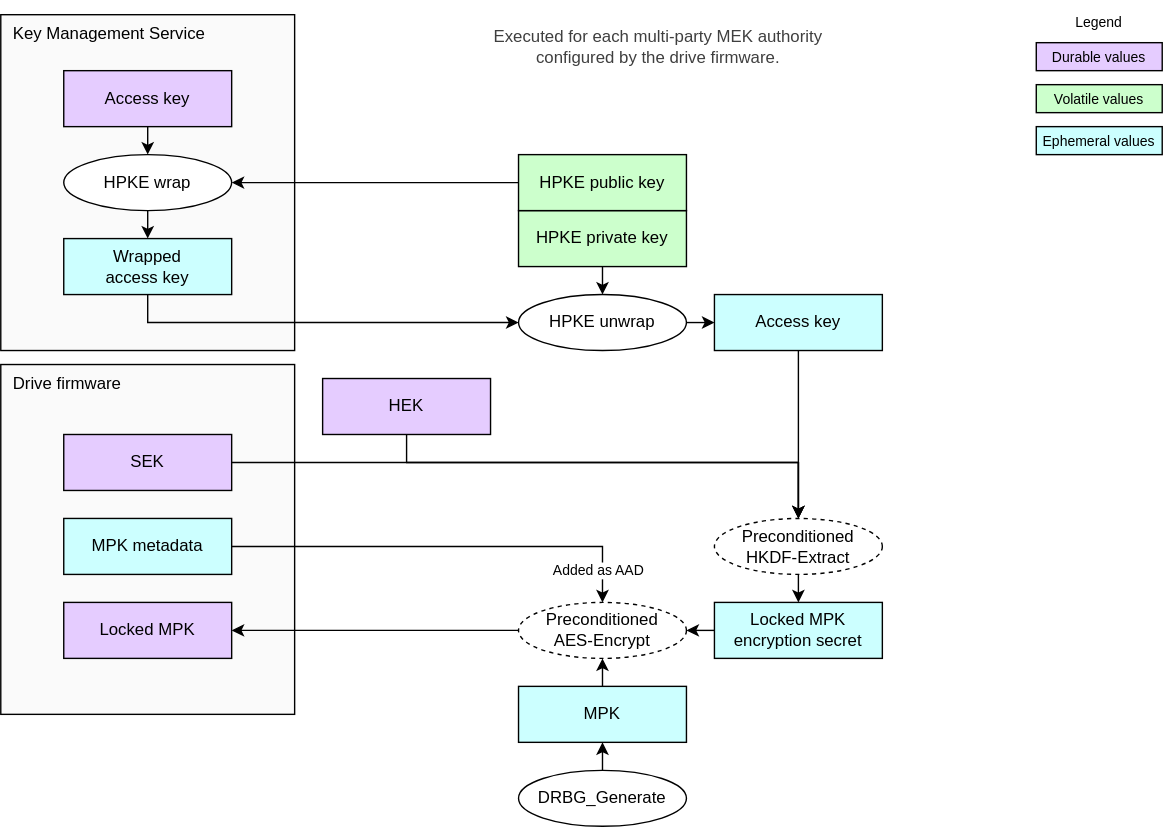
The draw.io diagram doc/ocp_lock/diagrams/mpk_generate.drawio.svg in chipsalliance/Caliptra, before a commit. Source tidied: cells renumbered, new cells last; positions are measured from the earlier drawing's top-left corner, leaving out a move shared by most shapes.
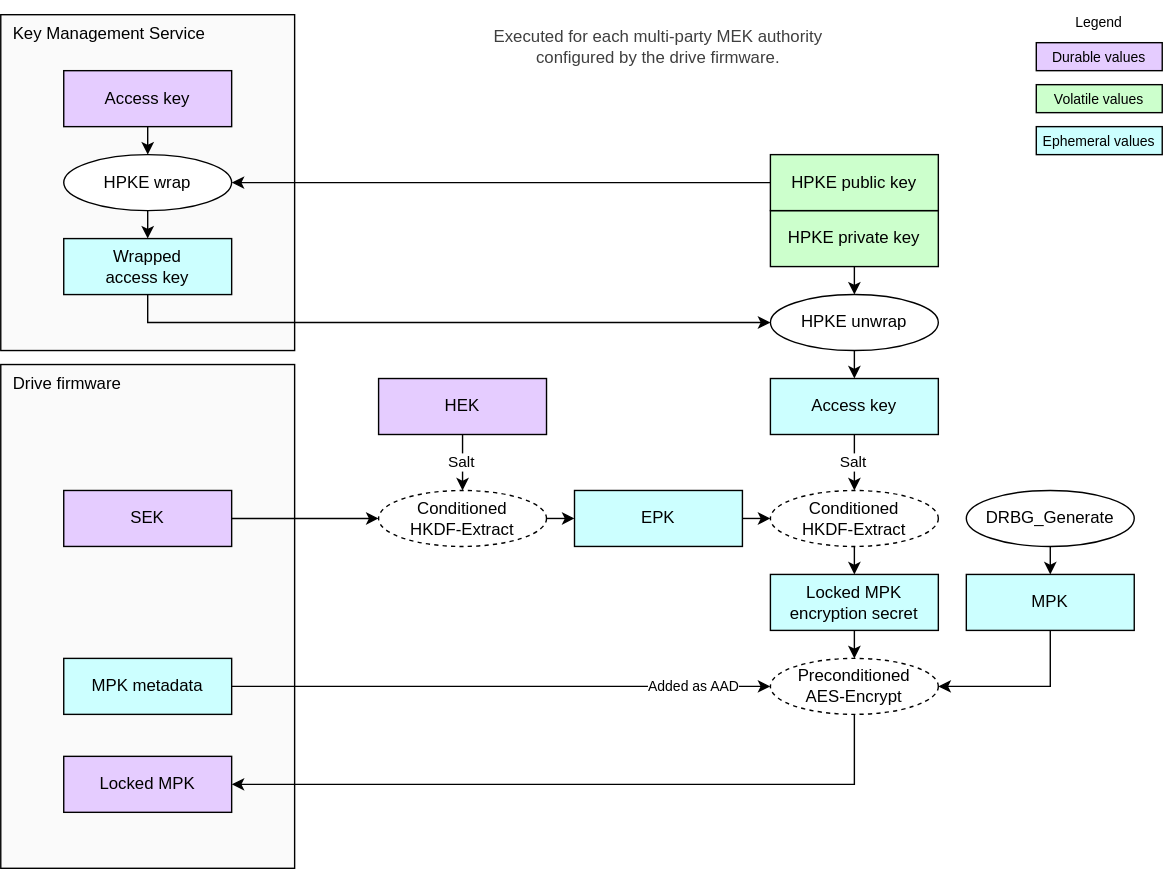
The same file after the commit.

Commit message:
Modify the HKDF key mixing operation to use the salt.

What changed in the source:
```diff
@@ -3,67 +3,54 @@
     <mxCell id="0" />
     <mxCell id="1" parent="0" />
     <mxCell id="2" value="Drive firmware" style="rounded=0;whiteSpace=wrap;html=1;fillColor=#FAFAFA;strokeColor=#000000;align=left;verticalAlign=top;spacingLeft=7;" parent="1" vertex="1">
-      <mxGeometry y="260" width="210" height="250" as="geometry" />
+      <mxGeometry y="260" width="210" height="360" as="geometry" />
     </mxCell>
     <mxCell id="3" value="Key Management Service" style="rounded=0;whiteSpace=wrap;html=1;fillColor=#FAFAFA;strokeColor=#000000;align=left;verticalAlign=top;spacingLeft=7;" parent="1" vertex="1">
       <mxGeometry y="10" width="210" height="240" as="geometry" />
     </mxCell>
     <mxCell id="4" value="&lt;div&gt;&lt;font color=&quot;#000000&quot;&gt;Locked MPK&lt;/font&gt;&lt;/div&gt;" style="rounded=0;whiteSpace=wrap;html=1;align=center;verticalAlign=middle;shadow=0;glass=0;spacingLeft=0;spacingBottom=0;spacingTop=0;fillColor=#E5CCFF;" parent="1" vertex="1">
-      <mxGeometry x="45" y="430" width="120" height="40" as="geometry" />
+      <mxGeometry x="45" y="540" width="120" height="40" as="geometry" />
     </mxCell>
+    <mxCell id="41" style="edgeStyle=none;html=1;entryX=0.5;entryY=0;entryDx=0;entryDy=0;exitX=0.5;exitY=1;exitDx=0;exitDy=0;" parent="1" edge="1" source="5" target="45">
+      <mxGeometry relative="1" as="geometry" />
+    </mxCell>
+    <mxCell id="42" value="Salt" style="edgeLabel;html=1;align=center;verticalAlign=middle;" parent="41" vertex="1">
+      <mxGeometry x="-0.05" y="-2" relative="1" as="geometry" />
+    </mxCell>
     <mxCell id="5" value="&lt;div&gt;&lt;font color=&quot;#000000&quot;&gt;HEK&lt;/font&gt;&lt;/div&gt;" style="rounded=0;whiteSpace=wrap;html=1;align=center;verticalAlign=middle;shadow=0;glass=0;spacingLeft=0;spacingBottom=0;spacingTop=0;fillColor=#E5CCFF;" parent="1" vertex="1">
-      <mxGeometry x="230" y="270" width="120" height="40" as="geometry" />
+      <mxGeometry x="270" y="270" width="120" height="40" as="geometry" />
     </mxCell>
-    <mxCell id="6" style="edgeStyle=none;html=1;exitX=0;exitY=0.5;exitDx=0;exitDy=0;entryX=1;entryY=0.5;entryDx=0;entryDy=0;" parent="1" edge="1" source="7" target="10">
+    <mxCell id="6" style="edgeStyle=none;html=1;exitX=0.5;exitY=1;exitDx=0;exitDy=0;entryX=0.5;entryY=0;entryDx=0;entryDy=0;" parent="1" edge="1" source="7" target="10">
       <mxGeometry relative="1" as="geometry" />
     </mxCell>
     <mxCell id="7" value="&lt;div&gt;&lt;font color=&quot;#000000&quot;&gt;Locked MPK encryption secret&lt;/font&gt;&lt;/div&gt;" style="rounded=0;whiteSpace=wrap;html=1;align=center;verticalAlign=middle;shadow=0;glass=0;spacingLeft=0;spacingBottom=0;spacingTop=0;fillColor=#CCFFFF;" parent="1" vertex="1">
-      <mxGeometry x="510" y="430" width="120" height="40" as="geometry" />
+      <mxGeometry x="550" y="410" width="120" height="40" as="geometry" />
     </mxCell>
     <mxCell id="8" value="&lt;div&gt;&lt;font color=&quot;#000000&quot;&gt;Access key&lt;/font&gt;&lt;/div&gt;" style="rounded=0;whiteSpace=wrap;html=1;align=center;verticalAlign=middle;shadow=0;glass=0;spacingLeft=0;spacingBottom=0;spacingTop=0;fillColor=#CCFFFF;" parent="1" vertex="1">
-      <mxGeometry x="510" y="210" width="120" height="40" as="geometry" />
+      <mxGeometry x="550" y="270" width="120" height="40" as="geometry" />
     </mxCell>
-    <mxCell id="9" value="Preconditioned&lt;div&gt;HKDF-Extract&lt;/div&gt;" style="ellipse;whiteSpace=wrap;html=1;fillColor=#FFFFFF;dashed=1;" parent="1" vertex="1">
-      <mxGeometry x="510" y="370" width="120" height="40" as="geometry" />
-    </mxCell>
     <mxCell id="10" value="Preconditioned&lt;div&gt;AES-Encrypt&lt;/div&gt;" style="ellipse;whiteSpace=wrap;html=1;fillColor=#FFFFFF;dashed=1;" parent="1" vertex="1">
-      <mxGeometry x="370" y="430" width="120" height="40" as="geometry" />
+      <mxGeometry x="550" y="470" width="120" height="40" as="geometry" />
     </mxCell>
-    <mxCell id="11" style="endArrow=none;html=1;exitX=1;exitY=0.5;exitDx=0;exitDy=0;entryX=0;entryY=0.5;entryDx=0;entryDy=0;startArrow=classic;startFill=1;endFill=0;endSize=6;startSize=6;" parent="1" edge="1" source="4" target="10">
+    <mxCell id="11" style="endArrow=none;html=1;exitX=1;exitY=0.5;exitDx=0;exitDy=0;entryX=0.5;entryY=1;entryDx=0;entryDy=0;startArrow=classic;startFill=1;endFill=0;endSize=6;startSize=6;rounded=0;edgeStyle=orthogonalEdgeStyle;" parent="1" edge="1" source="4" target="10">
       <mxGeometry relative="1" as="geometry" />
     </mxCell>
-    <mxCell id="12" style="endArrow=classic;html=1;exitX=0.5;exitY=1;exitDx=0;exitDy=0;endSize=6;startSize=6;edgeStyle=orthogonalEdgeStyle;rounded=0;curved=0;entryX=0.5;entryY=0;entryDx=0;entryDy=0;" parent="1" edge="1" source="8" target="9">
-      <mxGeometry relative="1" as="geometry">
-        <Array as="points">
-          <mxPoint x="570" y="350" />
-          <mxPoint x="570" y="350" />
-        </Array>
-      </mxGeometry>
-    </mxCell>
-    <mxCell id="13" style="endArrow=classic;html=1;exitX=0.5;exitY=1;exitDx=0;exitDy=0;entryX=0.5;entryY=0;entryDx=0;entryDy=0;endSize=6;startSize=6;" parent="1" edge="1" source="9" target="7">
+    <mxCell id="13" style="endArrow=classic;html=1;exitX=0.5;exitY=1;exitDx=0;exitDy=0;entryX=0.5;entryY=0;entryDx=0;entryDy=0;endSize=6;startSize=6;" parent="1" edge="1" source="48" target="7">
       <mxGeometry relative="1" as="geometry" />
     </mxCell>
     <mxCell id="14" value="&lt;div&gt;&lt;font color=&quot;#000000&quot;&gt;MPK&lt;/font&gt;&lt;/div&gt;" style="rounded=0;whiteSpace=wrap;html=1;align=center;verticalAlign=middle;shadow=0;glass=0;spacingLeft=0;spacingBottom=0;spacingTop=0;fillColor=#CCFFFF;" parent="1" vertex="1">
-      <mxGeometry x="370" y="490" width="120" height="40" as="geometry" />
+      <mxGeometry x="690" y="410" width="120" height="40" as="geometry" />
     </mxCell>
-    <mxCell id="15" style="endArrow=none;html=1;exitX=0.5;exitY=1;exitDx=0;exitDy=0;entryX=0.5;entryY=0;entryDx=0;entryDy=0;startArrow=classic;startFill=1;endFill=0;endSize=6;startSize=6;" parent="1" edge="1" source="10" target="14">
+    <mxCell id="15" style="endArrow=none;html=1;exitX=1;exitY=0.5;exitDx=0;exitDy=0;entryX=0.5;entryY=1;entryDx=0;entryDy=0;startArrow=classic;startFill=1;endFill=0;endSize=6;startSize=6;rounded=0;edgeStyle=orthogonalEdgeStyle;" parent="1" edge="1" source="10" target="14">
       <mxGeometry relative="1" as="geometry" />
     </mxCell>
-    <mxCell id="16" style="edgeStyle=segmentEdgeStyle;endArrow=classic;html=1;curved=0;rounded=0;endSize=6;startSize=6;exitX=0.5;exitY=1;exitDx=0;exitDy=0;entryX=0.5;entryY=0;entryDx=0;entryDy=0;" parent="1" edge="1" source="5" target="9">
-      <mxGeometry relative="1" as="geometry">
-        <Array as="points">
-          <mxPoint x="290" y="330" />
-          <mxPoint x="570" y="330" />
-        </Array>
-      </mxGeometry>
-    </mxCell>
     <mxCell id="17" value="&lt;div&gt;&lt;font color=&quot;#000000&quot;&gt;HPKE private key&lt;/font&gt;&lt;/div&gt;" style="rounded=0;whiteSpace=wrap;html=1;align=center;verticalAlign=middle;shadow=0;glass=0;spacingLeft=0;spacingBottom=0;spacingTop=0;fillColor=#CCFFCC;" parent="1" vertex="1">
-      <mxGeometry x="370" y="150" width="120" height="40" as="geometry" />
+      <mxGeometry x="550" y="150" width="120" height="40" as="geometry" />
     </mxCell>
     <mxCell id="18" value="HPKE unwrap" style="ellipse;whiteSpace=wrap;html=1;fillColor=#FFFFFF;" parent="1" vertex="1">
-      <mxGeometry x="370" y="210" width="120" height="40" as="geometry" />
+      <mxGeometry x="550" y="210" width="120" height="40" as="geometry" />
     </mxCell>
-    <mxCell id="19" style="endArrow=classic;html=1;exitX=1;exitY=0.5;exitDx=0;exitDy=0;endSize=6;startSize=6;" parent="1" edge="1" source="18" target="8">
+    <mxCell id="19" style="endArrow=classic;html=1;exitX=0.5;exitY=1;exitDx=0;exitDy=0;endSize=6;startSize=6;" parent="1" edge="1" source="18" target="8">
       <mxGeometry relative="1" as="geometry" />
     </mxCell>
     <mxCell id="20" value="&lt;div&gt;&lt;font color=&quot;#000000&quot;&gt;Wrapped&lt;/font&gt;&lt;/div&gt;&lt;div&gt;&lt;font color=&quot;#000000&quot;&gt;access key&lt;/font&gt;&lt;/div&gt;" style="rounded=0;whiteSpace=wrap;html=1;align=center;verticalAlign=middle;shadow=0;glass=0;spacingLeft=0;spacingBottom=0;spacingTop=0;fillColor=#CCFFFF;" parent="1" vertex="1">
@@ -73,7 +60,7 @@
       <mxGeometry x="45" y="110" width="120" height="40" as="geometry" />
     </mxCell>
     <mxCell id="22" value="&lt;div&gt;&lt;font color=&quot;#000000&quot;&gt;HPKE public key&lt;/font&gt;&lt;/div&gt;" style="rounded=0;whiteSpace=wrap;html=1;align=center;verticalAlign=middle;shadow=0;glass=0;spacingLeft=0;spacingBottom=0;spacingTop=0;fillColor=#CCFFCC;" parent="1" vertex="1">
-      <mxGeometry x="370" y="110" width="120" height="40" as="geometry" />
+      <mxGeometry x="550" y="110" width="120" height="40" as="geometry" />
     </mxCell>
     <mxCell id="23" style="endArrow=classic;html=1;rounded=0;endSize=6;startSize=6;exitX=0;exitY=0.5;exitDx=0;exitDy=0;entryX=1;entryY=0.5;entryDx=0;entryDy=0;" parent="1" edge="1" source="22" target="21">
       <mxGeometry relative="1" as="geometry" />
@@ -100,11 +87,11 @@
     <mxCell id="29" value="Legend" style="text;strokeColor=none;align=center;fillColor=none;html=1;verticalAlign=middle;whiteSpace=wrap;rounded=0;fontSize=10;" parent="1" vertex="1">
       <mxGeometry x="755" width="60" height="30" as="geometry" />
     </mxCell>
-    <mxCell id="30" style="edgeStyle=none;html=1;entryX=0.5;entryY=1;entryDx=0;entryDy=0;exitX=0.5;exitY=0;exitDx=0;exitDy=0;" parent="1" edge="1" source="31" target="14">
+    <mxCell id="30" style="edgeStyle=none;html=1;entryX=0.5;entryY=0;entryDx=0;entryDy=0;exitX=0.5;exitY=1;exitDx=0;exitDy=0;" parent="1" edge="1" source="31" target="14">
       <mxGeometry relative="1" as="geometry" />
     </mxCell>
     <mxCell id="31" value="DRBG_Generate" style="ellipse;whiteSpace=wrap;html=1;fillColor=#FFFFFF;" parent="1" vertex="1">
-      <mxGeometry x="370" y="550" width="120" height="40" as="geometry" />
+      <mxGeometry x="690" y="350" width="120" height="40" as="geometry" />
     </mxCell>
     <mxCell id="32" value="&lt;div&gt;&lt;font color=&quot;#000000&quot;&gt;Volatile values&lt;/font&gt;&lt;/div&gt;" style="rounded=0;whiteSpace=wrap;html=1;align=center;verticalAlign=middle;shadow=0;glass=0;spacingLeft=0;spacingBottom=0;spacingTop=0;fillColor=#CCFFCC;fontSize=10;" parent="1" vertex="1">
       <mxGeometry x="740" y="60" width="90" height="20" as="geometry" />
@@ -118,26 +105,43 @@
     <mxCell id="35" value="&lt;div style=&quot;color: rgb(63, 63, 63);&quot;&gt;Executed&lt;span style=&quot;background-color: transparent;&quot;&gt;&amp;nbsp;for&amp;nbsp;&lt;/span&gt;&lt;span style=&quot;background-color: transparent;&quot;&gt;each multi-party MEK authority configured by the drive firmware.&lt;/span&gt;&lt;/div&gt;" style="text;strokeColor=none;align=center;fillColor=none;html=1;verticalAlign=middle;whiteSpace=wrap;rounded=0;" parent="1" vertex="1">
       <mxGeometry x="340" y="10" width="260" height="45" as="geometry" />
     </mxCell>
+    <mxCell id="43" style="edgeStyle=none;html=1;exitX=1;exitY=0.5;exitDx=0;exitDy=0;entryX=0;entryY=0.5;entryDx=0;entryDy=0;" parent="1" edge="1" source="36" target="45">
+      <mxGeometry relative="1" as="geometry" />
+    </mxCell>
     <mxCell id="36" value="&lt;div&gt;&lt;font color=&quot;#000000&quot;&gt;SEK&lt;/font&gt;&lt;/div&gt;" style="rounded=0;whiteSpace=wrap;html=1;align=center;verticalAlign=middle;shadow=0;glass=0;spacingLeft=0;spacingBottom=0;spacingTop=0;fillColor=#E5CCFF;" parent="1" vertex="1">
-      <mxGeometry x="45" y="310" width="120" height="40" as="geometry" />
+      <mxGeometry x="45" y="350" width="120" height="40" as="geometry" />
     </mxCell>
-    <mxCell id="37" style="edgeStyle=orthogonalEdgeStyle;endArrow=classic;html=1;rounded=0;endSize=6;startSize=6;exitX=1;exitY=0.5;exitDx=0;exitDy=0;entryX=0.5;entryY=0;entryDx=0;entryDy=0;" parent="1" edge="1" source="36" target="9">
-      <mxGeometry relative="1" as="geometry">
-        <Array as="points">
-          <mxPoint x="570" y="330" />
-        </Array>
-      </mxGeometry>
-    </mxCell>
-    <mxCell id="38" style="edgeStyle=orthogonalEdgeStyle;html=1;exitX=1;exitY=0.5;exitDx=0;exitDy=0;entryX=0.5;entryY=0;entryDx=0;entryDy=0;rounded=0;" parent="1" edge="1" source="40" target="10">
+    <mxCell id="38" style="edgeStyle=orthogonalEdgeStyle;html=1;exitX=1;exitY=0.5;exitDx=0;exitDy=0;entryX=0;entryY=0.5;entryDx=0;entryDy=0;rounded=0;" parent="1" edge="1" source="40" target="10">
       <mxGeometry relative="1" as="geometry" />
     </mxCell>
     <mxCell id="39" value="Added as AAD" style="edgeLabel;html=1;align=center;verticalAlign=middle;fontSize=10;" parent="38" vertex="1">
       <mxGeometry x="0.84" relative="1" as="geometry">
-        <mxPoint x="-4" as="offset" />
+        <mxPoint x="-26" y="-1" as="offset" />
       </mxGeometry>
     </mxCell>
     <mxCell id="40" value="&lt;div&gt;&lt;font color=&quot;#000000&quot;&gt;MPK metadata&lt;/font&gt;&lt;/div&gt;" style="rounded=0;whiteSpace=wrap;html=1;align=center;verticalAlign=middle;shadow=0;glass=0;spacingLeft=0;spacingBottom=0;spacingTop=0;fillColor=#CCFFFF;" parent="1" vertex="1">
-      <mxGeometry x="45" y="370" width="120" height="40" as="geometry" />
+      <mxGeometry x="45" y="470" width="120" height="40" as="geometry" />
     </mxCell>
+    <mxCell id="44" style="edgeStyle=none;html=1;exitX=1;exitY=0.5;exitDx=0;exitDy=0;entryX=0;entryY=0.5;entryDx=0;entryDy=0;" parent="1" edge="1" source="45" target="47">
+      <mxGeometry relative="1" as="geometry" />
+    </mxCell>
+    <mxCell id="45" value="&lt;span style=&quot;color: rgb(0, 0, 0);&quot;&gt;Conditioned&lt;/span&gt;&lt;div&gt;HKDF-Extract&lt;/div&gt;" style="ellipse;whiteSpace=wrap;html=1;fillColor=#FFFFFF;dashed=1;" parent="1" vertex="1">
+      <mxGeometry x="270" y="350" width="120" height="40" as="geometry" />
+    </mxCell>
+    <mxCell id="46" style="edgeStyle=none;html=1;exitX=1;exitY=0.5;exitDx=0;exitDy=0;entryX=0;entryY=0.5;entryDx=0;entryDy=0;" parent="1" edge="1" source="47" target="48">
+      <mxGeometry relative="1" as="geometry" />
+    </mxCell>
+    <mxCell id="47" value="&lt;div&gt;&lt;font color=&quot;#000000&quot;&gt;EPK&lt;/font&gt;&lt;/div&gt;" style="rounded=0;whiteSpace=wrap;html=1;align=center;verticalAlign=middle;shadow=0;glass=0;spacingLeft=0;spacingBottom=0;spacingTop=0;fillColor=#CCFFFF;" parent="1" vertex="1">
+      <mxGeometry x="410" y="350" width="120" height="40" as="geometry" />
+    </mxCell>
+    <mxCell id="48" value="&lt;span style=&quot;color: rgb(0, 0, 0);&quot;&gt;Conditioned&lt;/span&gt;&lt;div&gt;HKDF-Extract&lt;/div&gt;" style="ellipse;whiteSpace=wrap;html=1;fillColor=#FFFFFF;dashed=1;" parent="1" vertex="1">
+      <mxGeometry x="550" y="350" width="120" height="40" as="geometry" />
+    </mxCell>
+    <mxCell id="49" style="edgeStyle=none;html=1;entryX=0.5;entryY=0;entryDx=0;entryDy=0;exitX=0.5;exitY=1;exitDx=0;exitDy=0;" parent="1" edge="1" source="8" target="48">
+      <mxGeometry relative="1" as="geometry" />
+    </mxCell>
+    <mxCell id="50" value="Salt" style="edgeLabel;html=1;align=center;verticalAlign=middle;" parent="49" vertex="1">
+      <mxGeometry x="-0.05" y="-2" relative="1" as="geometry" />
+    </mxCell>
   </root>
 </mxGraphModel>
```
